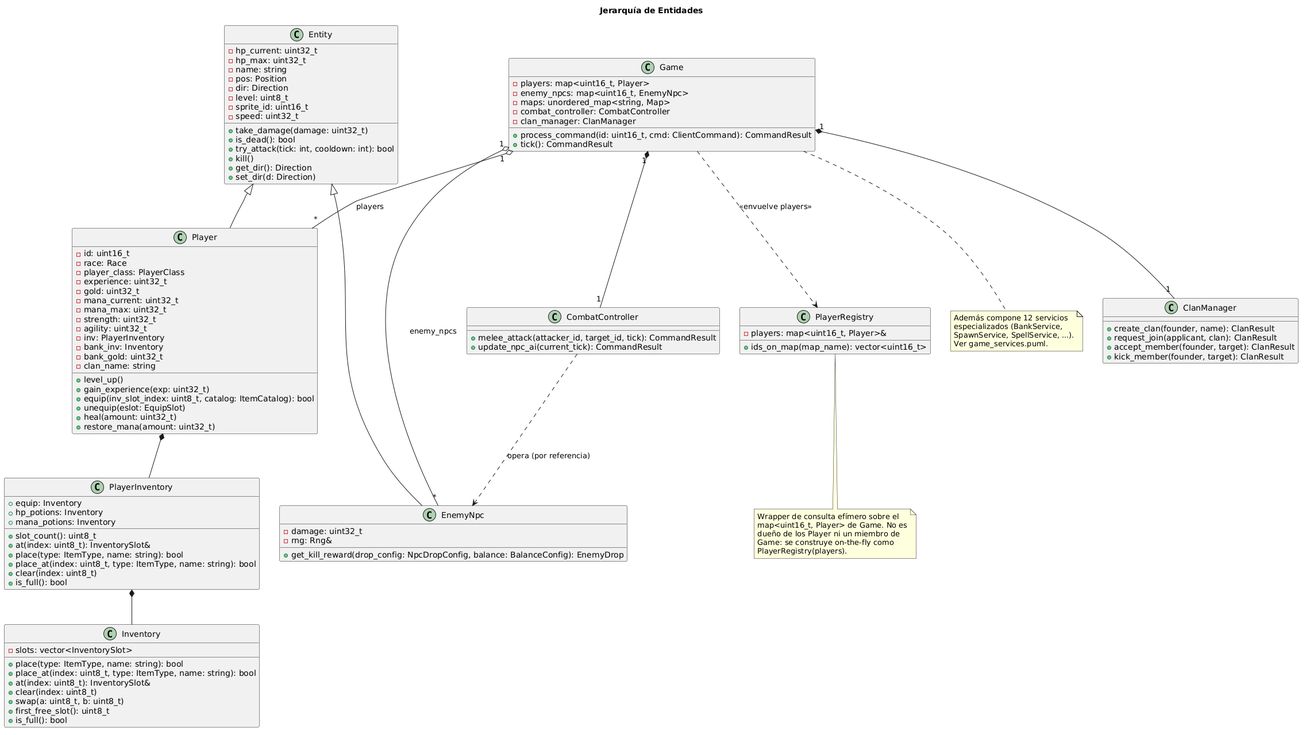
This is docs/images/uml/entities.png from MateoGonzalezPautaso/Argentum-MALT, a PlantUML export, as it was before one commit. Its diagram source:
```plantuml
@startuml
title Jerarquía de Entidades

class Entity {
  - hp_current: uint32_t
  - hp_max: uint32_t
  - name: string
  - pos: Position
  - dir: Direction
  - level: uint8_t
  - sprite_id: uint16_t
  - speed: uint32_t
  + take_damage(damage: uint32_t)
  + is_dead(): bool
  + try_attack(tick: int, cooldown: int): bool
  + kill()
  + get_dir(): Direction
  + set_dir(d: Direction)
}

class Player {
  - id: uint16_t
  - race: Race
  - player_class: PlayerClass
  - experience: uint32_t
  - gold: uint32_t
  - mana_current: uint32_t
  - mana_max: uint32_t
  - strength: uint32_t
  - agility: uint32_t
  - inv: PlayerInventory
  - bank_inv: Inventory
  - bank_gold: uint32_t
  - clan_name: string
  + level_up()
  + gain_experience(exp: uint32_t)
  + equip(inv_slot_index: uint8_t, catalog: ItemCatalog): bool
  + unequip(eslot: EquipSlot)
  + heal(amount: uint32_t)
  + restore_mana(amount: uint32_t)
}

class EnemyNpc {
  - damage: uint32_t
  - rng: Rng&
  + get_kill_reward(drop_config: NpcDropConfig, balance: BalanceConfig): EnemyDrop
}

class PlayerInventory {
  + equip: Inventory
  + hp_potions: Inventory
  + mana_potions: Inventory
  + slot_count(): uint8_t
  + at(index: uint8_t): InventorySlot&
  + place(type: ItemType, name: string): bool
  + place_at(index: uint8_t, type: ItemType, name: string): bool
  + clear(index: uint8_t)
  + is_full(): bool
}

class Inventory {
  - slots: vector<InventorySlot>
  + place(type: ItemType, name: string): bool
  + place_at(index: uint8_t, type: ItemType, name: string): bool
  + at(index: uint8_t): InventorySlot&
  + clear(index: uint8_t)
  + swap(a: uint8_t, b: uint8_t)
  + first_free_slot(): uint8_t
  + is_full(): bool
}

class PlayerRegistry {
  - players: map<uint16_t, Player>&
  + ids_on_map(map_name): vector<uint16_t>
}
note bottom of PlayerRegistry
  Wrapper de consulta efímero sobre el
  map<uint16_t, Player> de Game. No es
  dueño de los Player ni un miembro de
  Game: se construye on-the-fly como
  PlayerRegistry(players).
end note

class Game {
  - players: map<uint16_t, Player>
  - enemy_npcs: map<uint16_t, EnemyNpc>
  - maps: unordered_map<string, Map>
  - combat_controller: CombatController
  - clan_manager: ClanManager
  + process_command(id: uint16_t, cmd: ClientCommand): CommandResult
  + tick(): CommandResult
}
note bottom of Game
  Además compone 12 servicios
  especializados (BankService,
  SpawnService, SpellService, ...).
  Ver game_services.puml.
end note

class CombatController {
  + melee_attack(attacker_id, target_id, tick): CommandResult
  + update_npc_ai(current_tick): CommandResult
}

class ClanManager {
  + create_clan(founder, name): ClanResult
  + request_join(applicant, clan): ClanResult
  + accept_member(founder, target): ClanResult
  + kick_member(founder, target): ClanResult
}

Entity <|-- Player
Entity <|-- EnemyNpc
Player *-- PlayerInventory
PlayerInventory *-- Inventory
Game "1" o-- "*" Player : players
Game "1" o-- "*" EnemyNpc : enemy_npcs
Game "1" *-- "1" CombatController
Game "1" *-- "1" ClanManager
Game ..> PlayerRegistry : <<envuelve players>>
CombatController ..> EnemyNpc : opera (por referencia)
@enduml
```
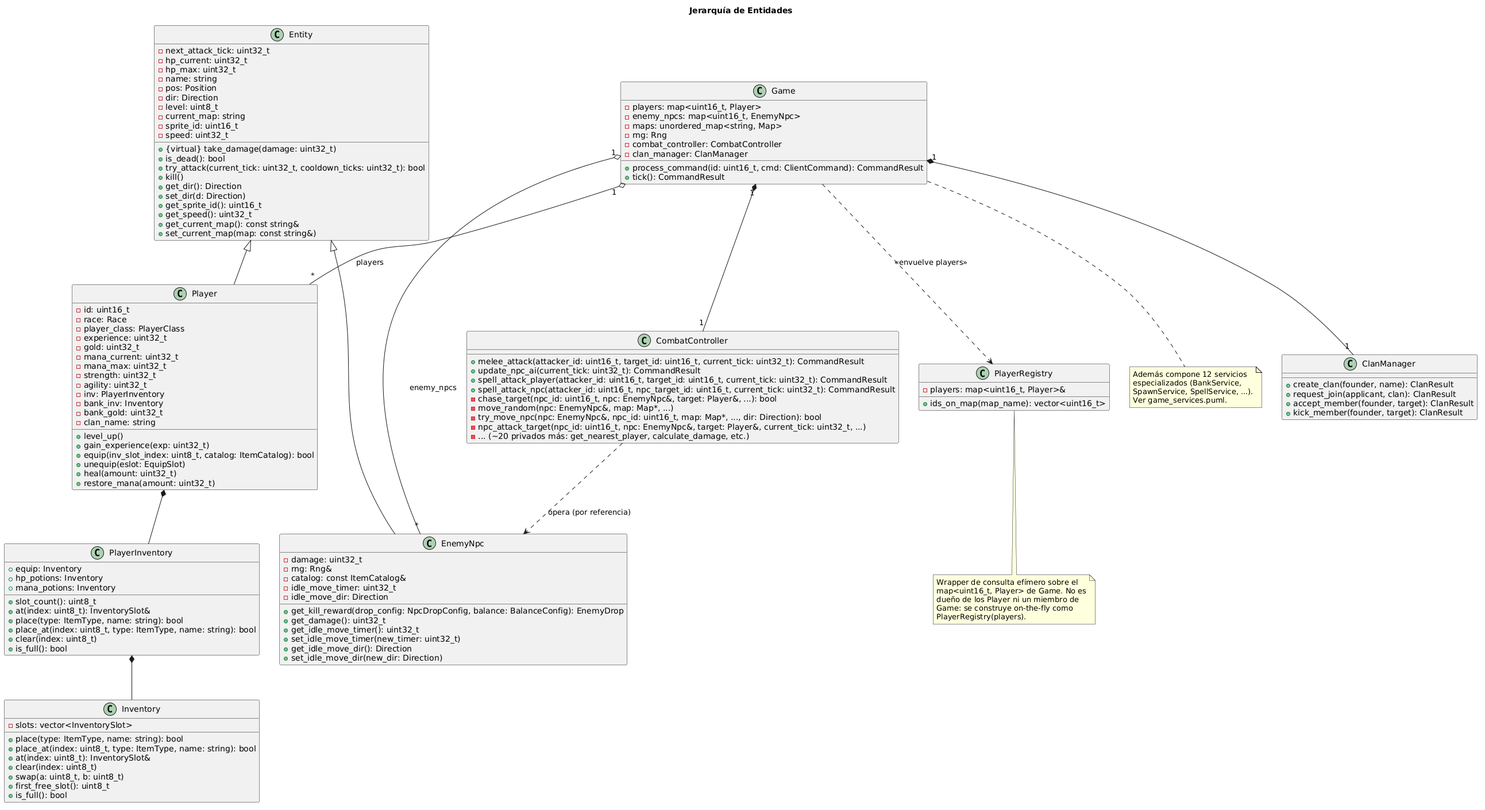
After the commit.

What changed in the source:
```diff
@@ -2,20 +2,26 @@
 title Jerarquía de Entidades
 
 class Entity {
+  - next_attack_tick: uint32_t
   - hp_current: uint32_t
   - hp_max: uint32_t
   - name: string
   - pos: Position
   - dir: Direction
   - level: uint8_t
+  - current_map: string
   - sprite_id: uint16_t
   - speed: uint32_t
-  + take_damage(damage: uint32_t)
+  + {virtual} take_damage(damage: uint32_t)
   + is_dead(): bool
-  + try_attack(tick: int, cooldown: int): bool
+  + try_attack(current_tick: uint32_t, cooldown_ticks: uint32_t): bool
   + kill()
   + get_dir(): Direction
   + set_dir(d: Direction)
+  + get_sprite_id(): uint16_t
+  + get_speed(): uint32_t
+  + get_current_map(): const string&
+  + set_current_map(map: const string&)
 }
 
 class Player {
@@ -43,7 +49,15 @@
 class EnemyNpc {
   - damage: uint32_t
   - rng: Rng&
+  - catalog: const ItemCatalog&
+  - idle_move_timer: uint32_t
+  - idle_move_dir: Direction
   + get_kill_reward(drop_config: NpcDropConfig, balance: BalanceConfig): EnemyDrop
+  + get_damage(): uint32_t
+  + get_idle_move_timer(): uint32_t
+  + set_idle_move_timer(new_timer: uint32_t)
+  + get_idle_move_dir(): Direction
+  + set_idle_move_dir(new_dir: Direction)
 }
 
 class PlayerInventory {
@@ -85,6 +99,7 @@
   - players: map<uint16_t, Player>
   - enemy_npcs: map<uint16_t, EnemyNpc>
   - maps: unordered_map<string, Map>
+  - rng: Rng
   - combat_controller: CombatController
   - clan_manager: ClanManager
   + process_command(id: uint16_t, cmd: ClientCommand): CommandResult
@@ -98,8 +113,15 @@
 end note
 
 class CombatController {
-  + melee_attack(attacker_id, target_id, tick): CommandResult
-  + update_npc_ai(current_tick): CommandResult
+  + melee_attack(attacker_id: uint16_t, target_id: uint16_t, current_tick: uint32_t): CommandResult
+  + update_npc_ai(current_tick: uint32_t): CommandResult
+  + spell_attack_player(attacker_id: uint16_t, target_id: uint16_t, current_tick: uint32_t): CommandResult
+  + spell_attack_npc(attacker_id: uint16_t, npc_target_id: uint16_t, current_tick: uint32_t): CommandResult
+  - chase_target(npc_id: uint16_t, npc: EnemyNpc&, target: Player&, ...): bool
+  - move_random(npc: EnemyNpc&, map: Map*, ...)
+  - try_move_npc(npc: EnemyNpc&, npc_id: uint16_t, map: Map*, ..., dir: Direction): bool
+  - npc_attack_target(npc_id: uint16_t, npc: EnemyNpc&, target: Player&, current_tick: uint32_t, ...)
+  - ... (~20 privados más: get_nearest_player, calculate_damage, etc.)
 }
 
 class ClanManager {
```
